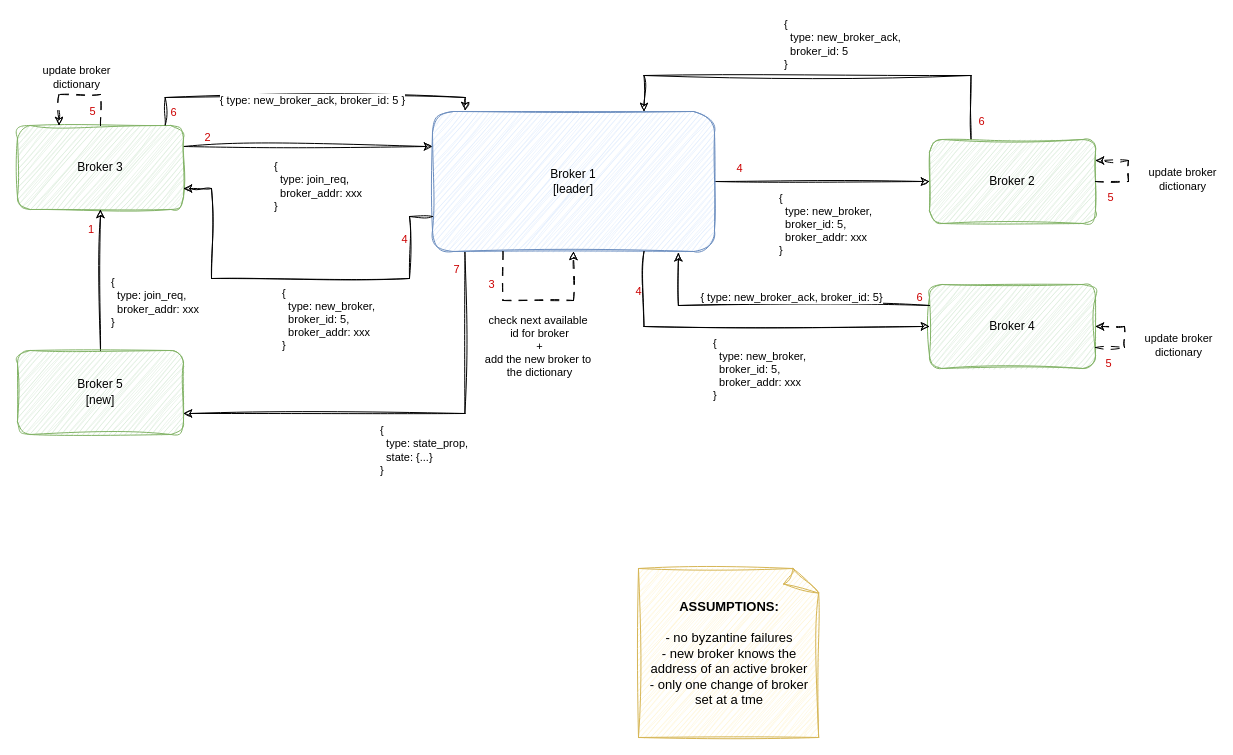
Before: page "new_broker" (5 of 5) of artifacts/DS_Project.drawio in UobinoPino/Reliable-Queuing-System, a draw.io diagram. Source tidied: cells renumbered, new cells numbered last; positions are measured from the earlier drawing's top-left corner, leaving out a move shared by most shapes. Both pictures are drawn from the tidied source at 100%, with x=0, y=0 at pixel (17, 75).
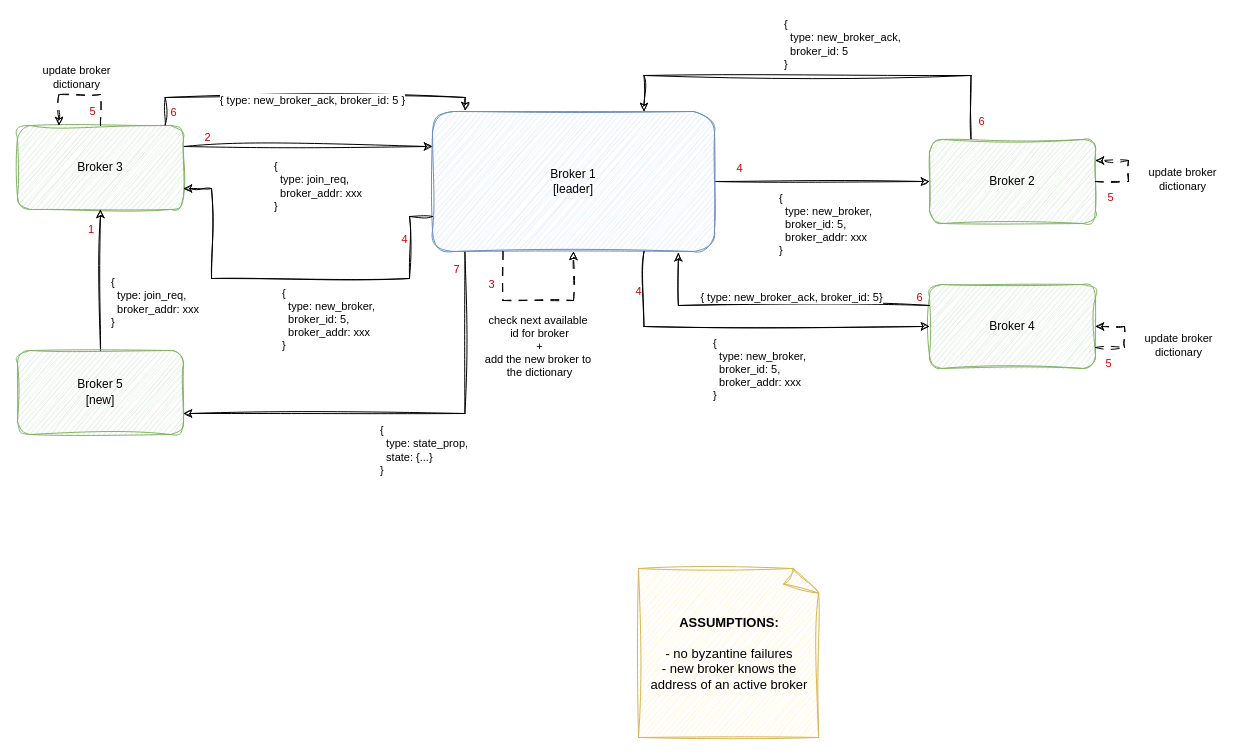
The same diagram, later.

The edit, as a diff of the source:
```diff
@@
-    <mxCell id="35" value="&lt;b&gt;ASSUMPTIONS:&lt;/b&gt;&lt;div&gt;&lt;span style=&quot;background-color: transparent; color: light-dark(rgb(0, 0, 0), rgb(255, 255, 255));&quot;&gt;&lt;br&gt;&lt;/span&gt;&lt;/div&gt;&lt;div&gt;&lt;span style=&quot;background-color: transparent; color: light-dark(rgb(0, 0, 0), rgb(255, 255, 255));&quot;&gt;- no byzantine failures&lt;/span&gt;&lt;br&gt;&lt;/div&gt;&lt;div&gt;&lt;span style=&quot;background-color: transparent; color: light-dark(rgb(0, 0, 0), rgb(255, 255, 255));&quot;&gt;- new broker knows the address of an active broker&lt;/span&gt;&lt;/div&gt;&lt;div&gt;&lt;span style=&quot;background-color: transparent; color: light-dark(rgb(0, 0, 0), rgb(255, 255, 255));&quot;&gt;-&amp;nbsp;&lt;/span&gt;&lt;span style=&quot;background-color: transparent; color: light-dark(rgb(0, 0, 0), rgb(255, 255, 255));&quot;&gt;only one change of broker set at a tme&lt;/span&gt;&lt;/div&gt;" style="whiteSpace=wrap;html=1;shape=mxgraph.basic.document;rounded=1;sketch=1;jiggle=2;curveFitting=1;strokeColor=#d6b656;align=center;verticalAlign=middle;fontFamily=Excalifont;fontSize=13;labelBackgroundColor=none;fillColor=#fff2cc;spacing=10;" parent="1" vertex="1">
+    <mxCell id="35" value="&lt;b&gt;ASSUMPTIONS:&lt;/b&gt;&lt;div&gt;&lt;span style=&quot;background-color: transparent; color: light-dark(rgb(0, 0, 0), rgb(255, 255, 255));&quot;&gt;&lt;br&gt;&lt;/span&gt;&lt;/div&gt;&lt;div&gt;&lt;span style=&quot;background-color: transparent; color: light-dark(rgb(0, 0, 0), rgb(255, 255, 255));&quot;&gt;- no byzantine failures&lt;/span&gt;&lt;br&gt;&lt;/div&gt;&lt;div&gt;&lt;span style=&quot;background-color: transparent; color: light-dark(rgb(0, 0, 0), rgb(255, 255, 255));&quot;&gt;- new broker knows the address of an active broker&lt;/span&gt;&lt;/div&gt;" style="whiteSpace=wrap;html=1;shape=mxgraph.basic.document;rounded=1;sketch=1;jiggle=2;curveFitting=1;strokeColor=#d6b656;align=center;verticalAlign=middle;fontFamily=Excalifont;fontSize=13;labelBackgroundColor=none;fillColor=#fff2cc;spacing=10;" parent="1" vertex="1">
       <mxGeometry x="621" y="493" width="182" height="169" as="geometry" />
     </mxCell>
```
